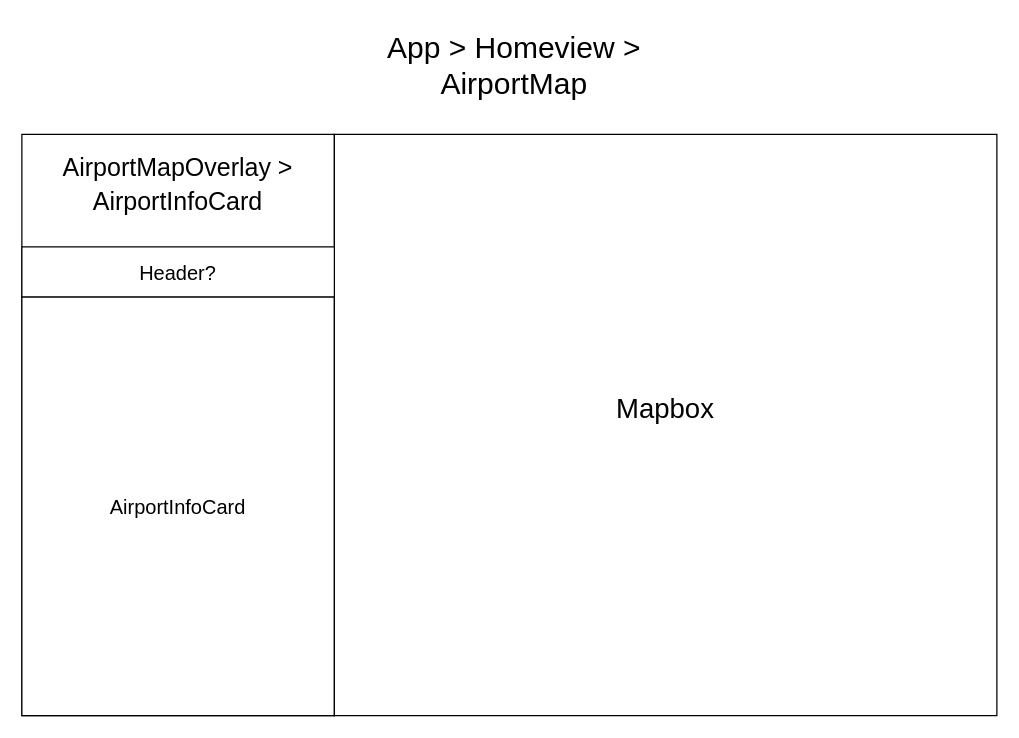
Before: page "Overlay-DetailedInfo" (3 of 3) of docs/diagrams.drawio in Phixyn/aerophix, a draw.io diagram. Source tidied: cells renumbered, new cells numbered last; positions are measured from the earlier drawing's top-left corner, leaving out a move shared by most shapes. Both pictures are drawn from the tidied source at 125%, with x=0, y=0 at pixel (21, 21).
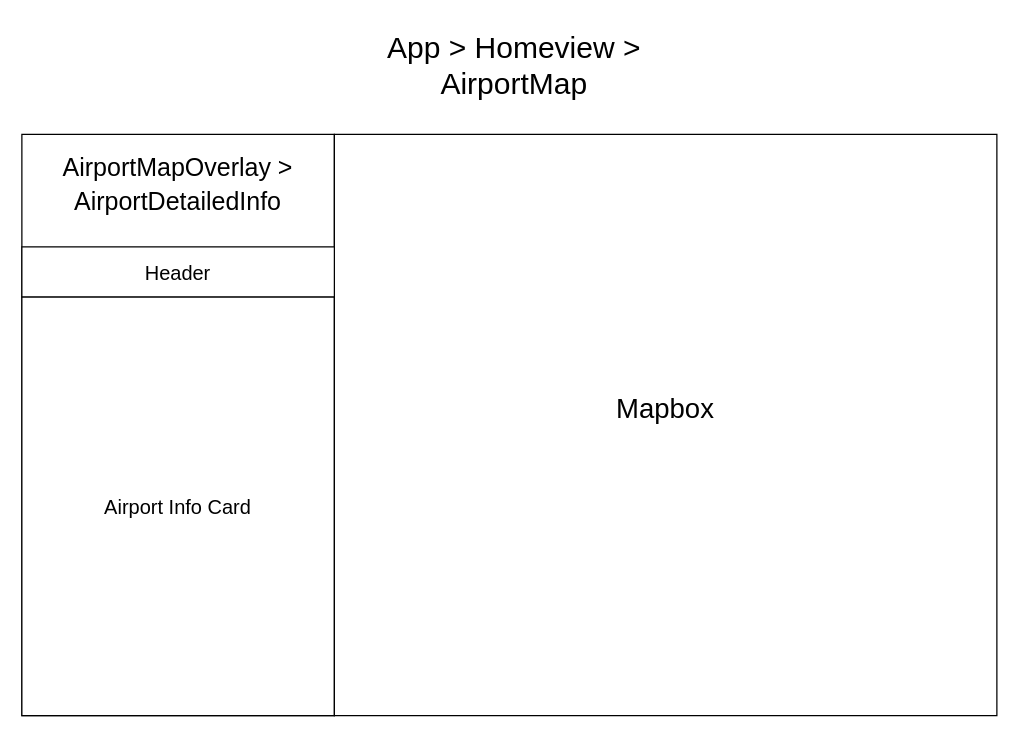
After the change.

The edit, as a diff of the source:
```diff
@@
 <mxGraphModel>
   <root>
     <mxCell id="0" />
     <mxCell id="1" parent="0" />
     <mxCell id="2" style="rounded=0;whiteSpace=wrap;html=1;sketch=0;" parent="1" vertex="1">
       <mxGeometry y="90" width="250" height="465" as="geometry" />
     </mxCell>
-    <mxCell id="3" value="&lt;font style=&quot;font-size: 16px&quot;&gt;AirportInfoCard&lt;/font&gt;" style="rounded=0;whiteSpace=wrap;html=1;sketch=0;" parent="1" vertex="1">
+    <mxCell id="3" value="&lt;font style=&quot;font-size: 16px&quot;&gt;Airport Info Card&lt;/font&gt;" style="rounded=0;whiteSpace=wrap;html=1;sketch=0;" parent="1" vertex="1">
       <mxGeometry y="220" width="250" height="335" as="geometry" />
     </mxCell>
-    <mxCell id="4" value="&lt;font style=&quot;font-size: 20px&quot;&gt;AirportMapOverlay &amp;gt; AirportInfoCard&lt;/font&gt;" style="text;html=1;strokeColor=none;fillColor=none;align=center;verticalAlign=middle;whiteSpace=wrap;rounded=0;sketch=0;fontSize=22;" parent="1" vertex="1">
+    <mxCell id="4" value="&lt;font style=&quot;font-size: 20px&quot;&gt;AirportMapOverlay &amp;gt; AirportDetailedInfo&lt;/font&gt;" style="text;html=1;strokeColor=none;fillColor=none;align=center;verticalAlign=middle;whiteSpace=wrap;rounded=0;sketch=0;fontSize=22;" parent="1" vertex="1">
       <mxGeometry x="20" y="100" width="210" height="60" as="geometry" />
     </mxCell>
     <mxCell id="5" value="&lt;span style=&quot;font-size: 24px&quot;&gt;App &amp;gt; Homeview &amp;gt; AirportMap&lt;/span&gt;" style="text;html=1;strokeColor=none;fillColor=none;align=center;verticalAlign=middle;whiteSpace=wrap;rounded=0;sketch=0;fontSize=24;" parent="1" vertex="1">
       <mxGeometry x="274" width="240" height="70" as="geometry" />
     </mxCell>
     <mxCell id="6" style="rounded=0;whiteSpace=wrap;html=1;sketch=0;" parent="1" vertex="1">
       <mxGeometry x="250" y="90" width="530" height="465" as="geometry" />
     </mxCell>
     <mxCell id="7" value="Mapbox" style="text;html=1;strokeColor=none;fillColor=none;align=center;verticalAlign=middle;whiteSpace=wrap;rounded=0;sketch=0;fontSize=22;" parent="1" vertex="1">
       <mxGeometry x="400" y="240" width="230" height="140" as="geometry" />
     </mxCell>
-    <mxCell id="8" value="&lt;font style=&quot;font-size: 16px&quot;&gt;Header?&lt;/font&gt;" style="rounded=0;whiteSpace=wrap;html=1;sketch=0;fontSize=22;align=center;" parent="1" vertex="1">
+    <mxCell id="8" value="&lt;font style=&quot;font-size: 16px&quot;&gt;Header&lt;/font&gt;" style="rounded=0;whiteSpace=wrap;html=1;sketch=0;fontSize=22;align=center;" parent="1" vertex="1">
       <mxGeometry y="180" width="250" height="40" as="geometry" />
     </mxCell>
   </root>
 </mxGraphModel>
```
